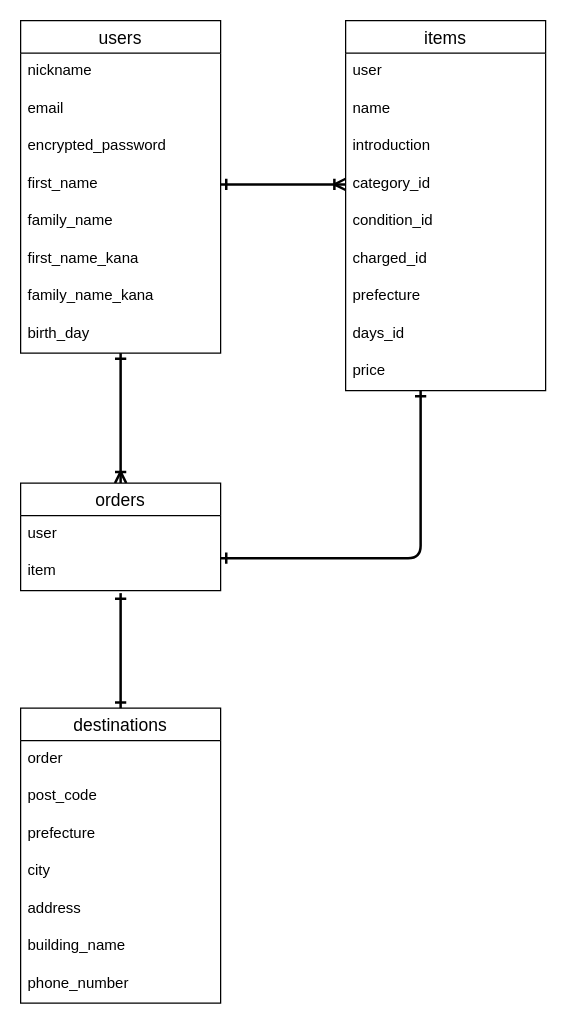
The draw.io diagram furima-39067.dio in nohohon1820/furima-39067, before the edit. Source tidied: cells renumbered, new cells numbered last; positions are measured from the earlier drawing's top-left corner, leaving out a move shared by most shapes. Both pictures are drawn from the tidied source at 125%, with x=0, y=0 at pixel (-218, 20).
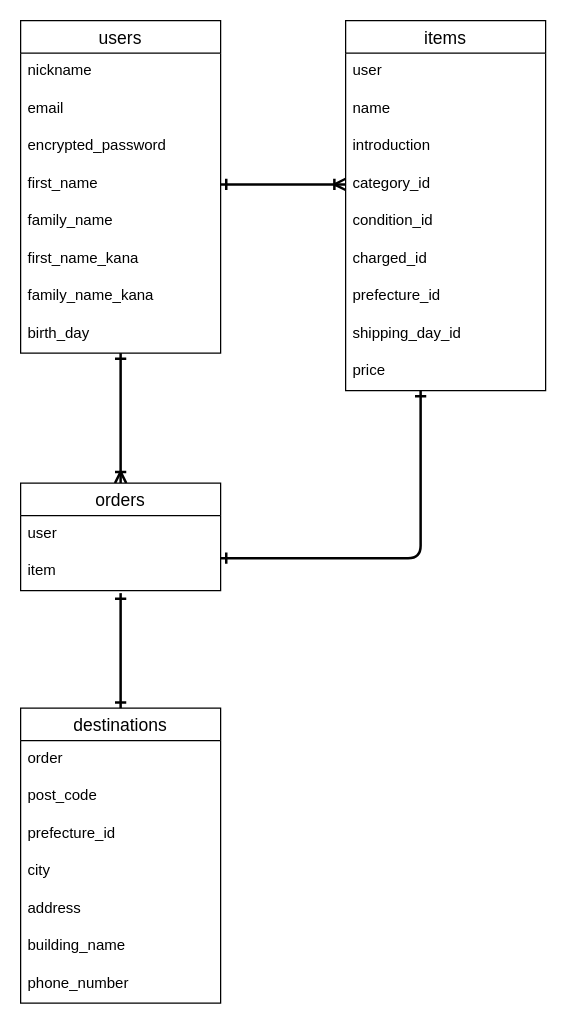
Above is the later version.

Commit message (it also covers changes not shown here):
データベース設計　修正６

Unchanged cells that the change refers to:
```xml
<mxCell id="11" value="items" style="swimlane;fontStyle=0;horizontal=1;startSize=26;align=center;fontSize=14;" parent="1" vertex="1">
  <mxGeometry x="450" width="160" height="296" as="geometry" />
</mxCell>
<mxCell id="22" value="destinations" style="swimlane;fontStyle=0;horizontal=1;startSize=26;align=center;fontSize=14;" parent="1" vertex="1">
  <mxGeometry x="190" y="550" width="160" height="236" as="geometry" />
</mxCell>
```

Change to the diagram source:
```diff
@@
-    <mxCell id="18" value="prefecture" style="text;strokeColor=none;fillColor=none;spacingLeft=4;spacingRight=4;overflow=hidden;fontSize=12;" parent="11" vertex="1">
+    <mxCell id="18" value="prefecture_id" style="text;strokeColor=none;fillColor=none;spacingLeft=4;spacingRight=4;overflow=hidden;fontSize=12;" parent="11" vertex="1">
       <mxGeometry y="206" width="160" height="30" as="geometry" />
     </mxCell>
-    <mxCell id="19" value="days_id" style="text;strokeColor=none;fillColor=none;spacingLeft=4;spacingRight=4;overflow=hidden;fontSize=12;" parent="11" vertex="1">
+    <mxCell id="19" value="shipping_day_id" style="text;strokeColor=none;fillColor=none;spacingLeft=4;spacingRight=4;overflow=hidden;fontSize=12;" parent="11" vertex="1">
       <mxGeometry y="236" width="160" height="30" as="geometry" />
     </mxCell>
@@
-    <mxCell id="25" value="prefecture" style="text;strokeColor=none;fillColor=none;spacingLeft=4;spacingRight=4;overflow=hidden;fontSize=12;" parent="22" vertex="1">
+    <mxCell id="25" value="prefecture_id" style="text;strokeColor=none;fillColor=none;spacingLeft=4;spacingRight=4;overflow=hidden;fontSize=12;" parent="22" vertex="1">
       <mxGeometry y="86" width="160" height="30" as="geometry" />
     </mxCell>
```
